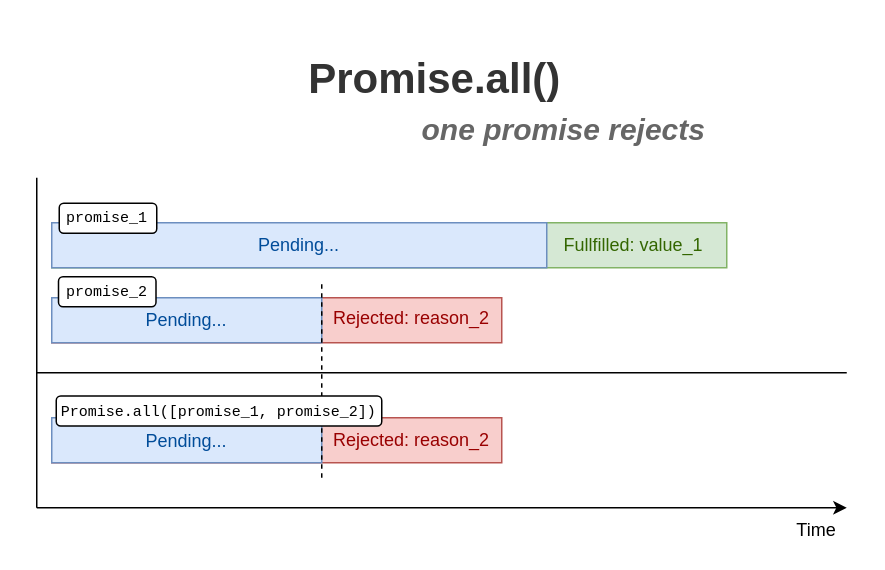
This is page "One promise rejects" (2 of 2) of posts/139-promise-all/diagrams/diagram.drawio from panzerdp/dmitripavlutin.com, a draw.io file, before an edit. Source tidied: cells renumbered, new cells numbered last; positions are measured from the earlier drawing's top-left corner, leaving out a move shared by most shapes. Both pictures are drawn from the tidied source at 150%, with x=0, y=0 at pixel (36, 26).
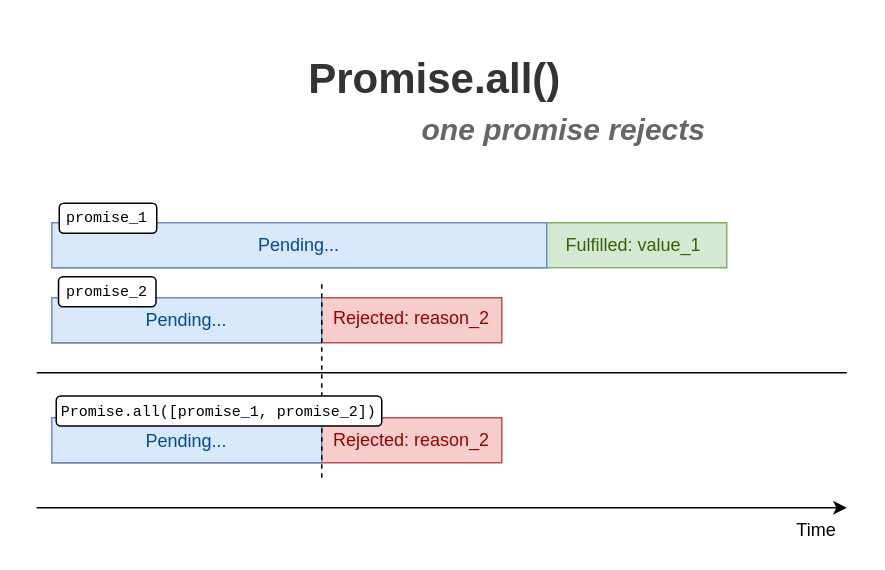
The same diagram, later.

What changed in the source:
```diff
@@
-    <mxCell id="6" style="endArrow=none;html=1;" parent="1" edge="1">
-      <mxGeometry relative="1" as="geometry">
-        <mxPoint y="321" as="sourcePoint" />
-        <mxPoint y="101" as="targetPoint" />
-      </mxGeometry>
-    </mxCell>
@@
-    <mxCell id="14" value="Fullfilled: value_1" style="text;html=1;strokeColor=none;fillColor=none;align=center;verticalAlign=middle;whiteSpace=wrap;rounded=0;fontColor=#336600;" parent="1" vertex="1">
+    <mxCell id="14" value="Fulfilled: value_1" style="text;html=1;strokeColor=none;fillColor=none;align=center;verticalAlign=middle;whiteSpace=wrap;rounded=0;fontColor=#336600;" parent="1" vertex="1">
       <mxGeometry x="333" y="136" width="130" height="20" as="geometry" />
     </mxCell>
```
